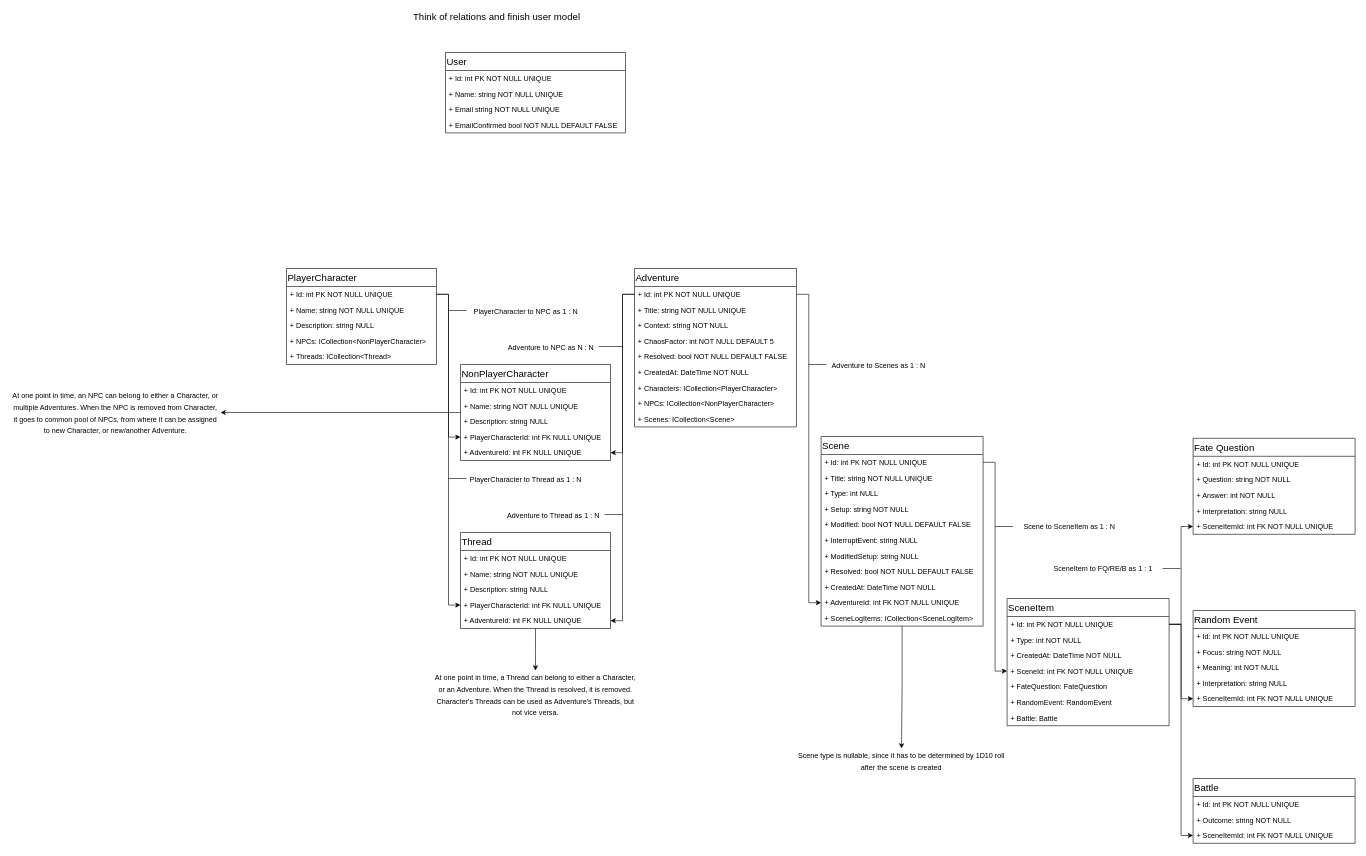
Earlier version of the draw.io diagram page "Data Structure" (3 of 3) of App Flow and Data Structure.drawio (StanisKo/MGME). Source tidied: cells renumbered, new cells numbered last; positions are measured from the earlier drawing's top-left corner, leaving out a move shared by most shapes. Both pictures are drawn from the tidied source at 60%, with x=0, y=0 at pixel (10, 10).
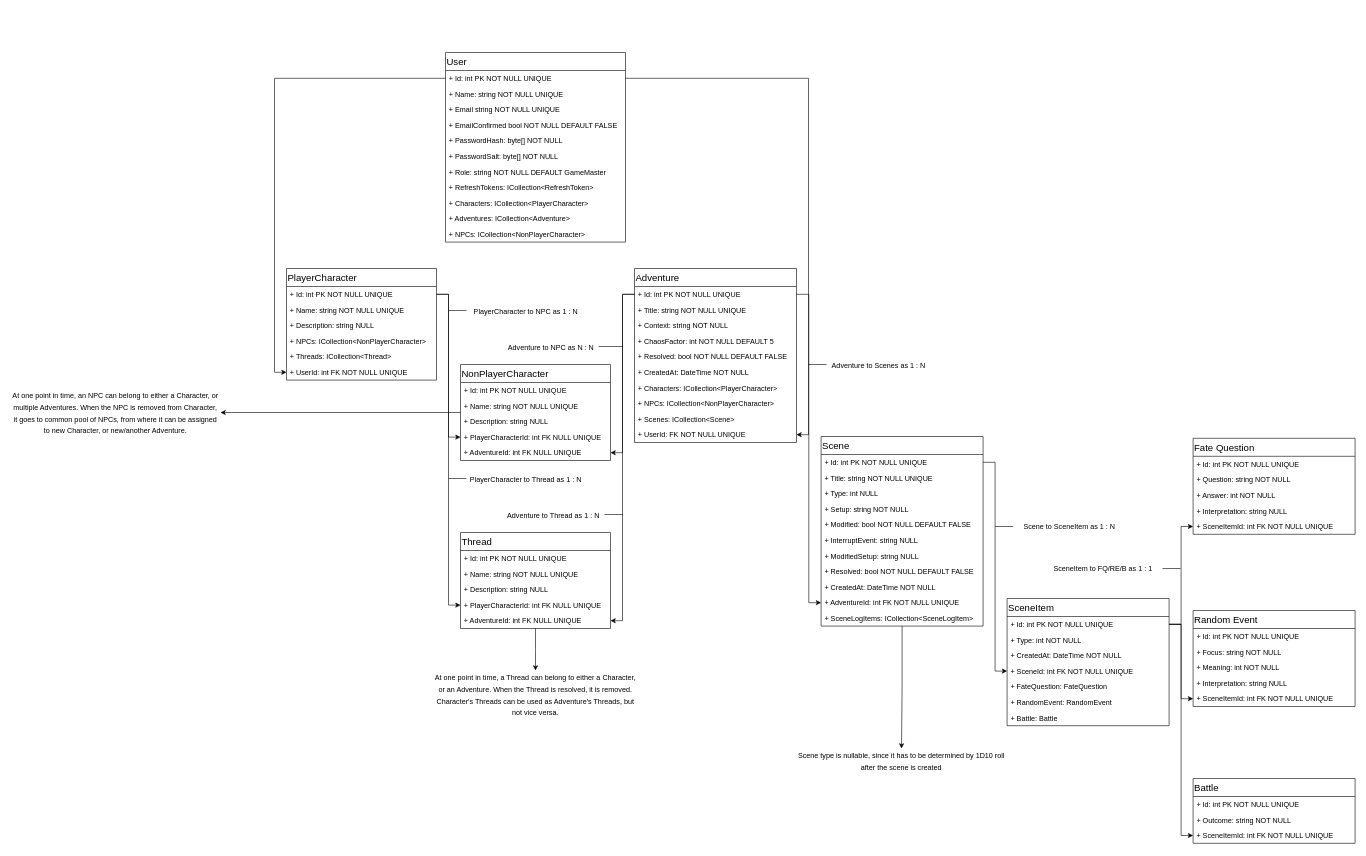
The same page after the edit.

Commit message:
working on data structure

Unchanged cells that the change refers to:
```xml
<mxCell id="96" value="+ Id: int PK NOT NULL UNIQUE" style="text;strokeColor=none;fillColor=none;align=left;verticalAlign=top;spacingLeft=4;spacingRight=4;overflow=hidden;points=[[0,0.5],[1,0.5]];portConstraint=eastwest;" parent="95" vertex="1">
  <mxGeometry y="30" width="300" height="26" as="geometry" />
</mxCell>
```

Diff of the diagram source:
```diff
@@
     <mxCell id="2" value="PlayerCharacter" style="swimlane;fontStyle=0;align=left;verticalAlign=top;horizontal=1;startSize=30;rounded=0;strokeColor=#000000;strokeWidth=1;fillColor=none;fontSize=16;fontColor=#000000;" parent="1" vertex="1">
-      <mxGeometry x="460" y="430" width="250" height="160" as="geometry" />
+      <mxGeometry x="460" y="430" width="250" height="186" as="geometry" />
     </mxCell>
@@
+    <mxCell id="101" value="+ UserId: int FK NOT NULL UNIQUE" style="text;strokeColor=none;fillColor=none;align=left;verticalAlign=top;spacingLeft=4;spacingRight=4;overflow=hidden;points=[[0,0.5],[1,0.5]];portConstraint=eastwest;" parent="2" vertex="1">
+      <mxGeometry y="160" width="250" height="26" as="geometry" />
+    </mxCell>
@@
     <mxCell id="16" value="Adventure" style="swimlane;fontStyle=0;align=left;verticalAlign=top;horizontal=1;startSize=30;rounded=0;strokeColor=#000000;strokeWidth=1;fillColor=none;fontSize=16;fontColor=#000000;" parent="1" vertex="1">
-      <mxGeometry x="1040" y="430" width="270" height="264" as="geometry" />
+      <mxGeometry x="1040" y="430" width="270" height="290" as="geometry" />
     </mxCell>
@@
+    <mxCell id="102" value="+ UserId: FK NOT NULL UNIQUE" style="text;strokeColor=none;fillColor=none;align=left;verticalAlign=top;spacingLeft=4;spacingRight=4;overflow=hidden;points=[[0,0.5],[1,0.5]];portConstraint=eastwest;" parent="16" vertex="1">
+      <mxGeometry y="264" width="270" height="26" as="geometry" />
+    </mxCell>
@@
     <mxCell id="95" value="User" style="swimlane;fontStyle=0;align=left;verticalAlign=top;horizontal=1;startSize=30;rounded=0;strokeColor=#000000;strokeWidth=1;fillColor=none;fontSize=16;fontColor=#000000;" parent="1" vertex="1">
-      <mxGeometry x="725" y="70" width="300" height="134" as="geometry" />
+      <mxGeometry x="725" y="70" width="300" height="316" as="geometry" />
     </mxCell>
@@
-    <mxCell id="100" value="Think of relations and finish user model" style="text;html=1;align=center;verticalAlign=middle;fontSize=16;fontColor=#000000;" parent="1" vertex="1">
-      <mxGeometry x="665" width="290" height="20" as="geometry" />
-    </mxCell>
+    <mxCell id="103" value="+ PasswordHash: byte[] NOT NULL" style="text;strokeColor=none;fillColor=none;align=left;verticalAlign=top;spacingLeft=4;spacingRight=4;overflow=hidden;" parent="95" vertex="1">
+      <mxGeometry y="134" width="300" height="26" as="geometry" />
+    </mxCell>
+    <mxCell id="104" value="+ PasswordSalt: byte[] NOT NULL" style="text;strokeColor=none;fillColor=none;align=left;verticalAlign=top;spacingLeft=4;spacingRight=4;overflow=hidden;" parent="95" vertex="1">
+      <mxGeometry y="160" width="300" height="26" as="geometry" />
+    </mxCell>
+    <mxCell id="105" value="+ Role: string NOT NULL DEFAULT GameMaster" style="text;strokeColor=none;fillColor=none;align=left;verticalAlign=top;spacingLeft=4;spacingRight=4;overflow=hidden;" parent="95" vertex="1">
+      <mxGeometry y="186" width="300" height="26" as="geometry" />
+    </mxCell>
+    <mxCell id="106" value="+ RefreshTokens: ICollection&lt;RefreshToken&gt;" style="text;strokeColor=none;fillColor=none;align=left;verticalAlign=top;spacingLeft=4;spacingRight=4;overflow=hidden;" parent="95" vertex="1">
+      <mxGeometry y="212" width="300" height="26" as="geometry" />
+    </mxCell>
+    <mxCell id="107" value="+ Characters: ICollection&lt;PlayerCharacter&gt;" style="text;strokeColor=none;fillColor=none;align=left;verticalAlign=top;spacingLeft=4;spacingRight=4;overflow=hidden;" parent="95" vertex="1">
+      <mxGeometry y="238" width="300" height="26" as="geometry" />
+    </mxCell>
+    <mxCell id="108" value="+ Adventures: ICollection&lt;Adventure&gt;" style="text;strokeColor=none;fillColor=none;align=left;verticalAlign=top;spacingLeft=4;spacingRight=4;overflow=hidden;" parent="95" vertex="1">
+      <mxGeometry y="264" width="300" height="26" as="geometry" />
+    </mxCell>
+    <mxCell id="109" value="+ NPCs: ICollection&lt;NonPlayerCharacter&gt;" style="text;strokeColor=none;fillColor=none;align=left;verticalAlign=top;spacingLeft=4;spacingRight=4;overflow=hidden;" parent="95" vertex="1">
+      <mxGeometry y="290" width="300" height="26" as="geometry" />
+    </mxCell>
+    <mxCell id="110" style="edgeStyle=orthogonalEdgeStyle;rounded=0;jettySize=auto;html=1;entryX=0;entryY=0.5;entryDx=0;entryDy=0;strokeWidth=1;fontSize=16;fontColor=#000000;" parent="1" edge="1" source="96" target="101">
+      <mxGeometry relative="1" as="geometry" />
+    </mxCell>
+    <mxCell id="111" style="edgeStyle=orthogonalEdgeStyle;rounded=0;jettySize=auto;html=1;entryX=1;entryY=0.5;entryDx=0;entryDy=0;strokeWidth=1;fontSize=16;fontColor=#000000;" parent="1" edge="1" source="96" target="102">
+      <mxGeometry relative="1" as="geometry" />
+    </mxCell>
```
